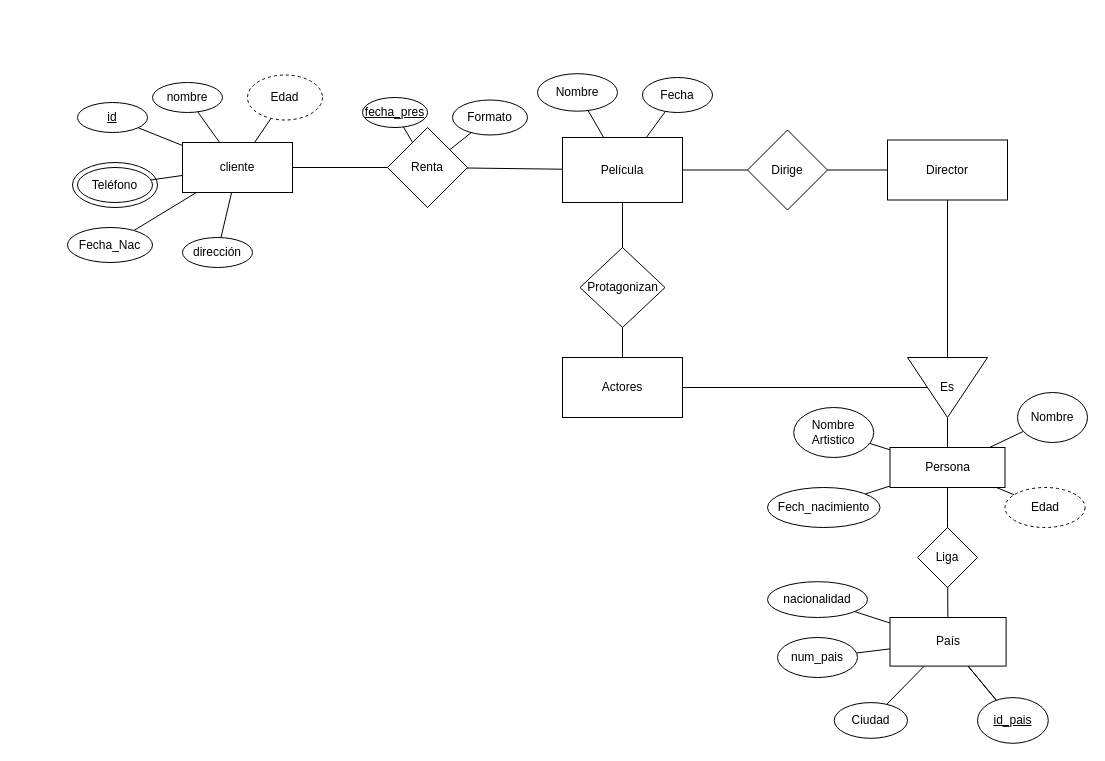
Above: videoStore.drawio in jesalazaro/ER-diagrams (draw.io), before the change. Source tidied: cells renumbered, new cells numbered last; positions are measured from the earlier drawing's top-left corner, leaving out a move shared by most shapes. Both pictures are drawn from the tidied source at 100%, with x=0, y=0 at pixel (67, 73).
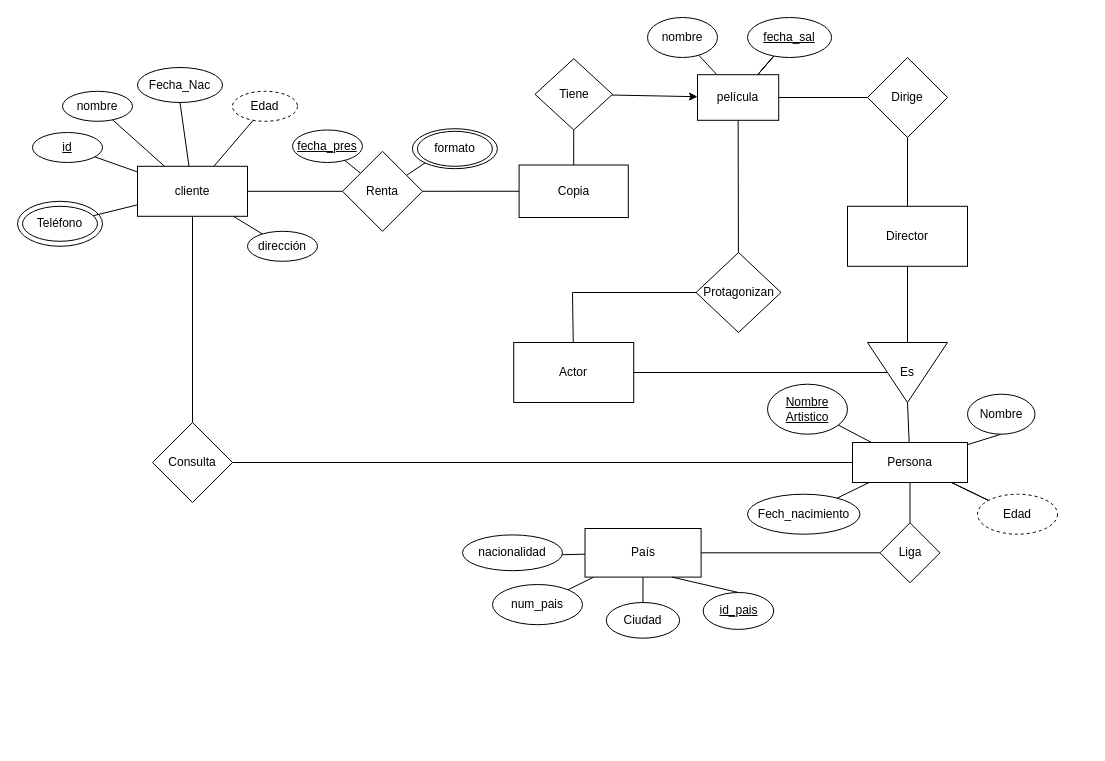
The same page after the edit.

Diff of the diagram source:
```diff
@@
     <mxCell id="2" style="ellipse;whiteSpace=wrap;html=1;rounded=0;" parent="1" vertex="1">
-      <mxGeometry x="5" y="89" width="85" height="45" as="geometry" />
+      <mxGeometry x="-50" y="127.8" width="85" height="45" as="geometry" />
     </mxCell>
@@
-    <mxCell id="5" style="edgeStyle=none;rounded=0;jettySize=auto;html=1;endArrow=none;endFill=0;" parent="1" edge="1" source="8" target="15">
+    <mxCell id="5" style="edgeStyle=none;rounded=0;jettySize=auto;html=1;endArrow=none;endFill=0;entryX=0.5;entryY=1;entryDx=0;entryDy=0;" parent="1" edge="1" source="8" target="15">
       <mxGeometry relative="1" as="geometry" />
     </mxCell>
@@
+    <mxCell id="69" style="edgeStyle=none;rounded=0;jettySize=auto;html=1;startArrow=none;startFill=0;endArrow=none;endFill=0;" parent="1" edge="1" source="8" target="89">
+      <mxGeometry relative="1" as="geometry" />
+    </mxCell>
     <mxCell id="8" value="cliente" style="rounded=0;whiteSpace=wrap;html=1;" parent="1" vertex="1">
-      <mxGeometry x="115" y="69" width="110" height="50" as="geometry" />
+      <mxGeometry x="70" y="92.8" width="110" height="50" as="geometry" />
     </mxCell>
     <mxCell id="9" value="&lt;u&gt;id&lt;/u&gt;" style="ellipse;whiteSpace=wrap;html=1;rounded=0;" parent="1" vertex="1">
-      <mxGeometry x="10" y="29" width="70" height="30" as="geometry" />
+      <mxGeometry x="-35" y="59" width="70" height="30" as="geometry" />
     </mxCell>
@@
     <mxCell id="11" value="nombre&lt;br&gt;" style="ellipse;whiteSpace=wrap;html=1;rounded=0;" parent="1" vertex="1">
-      <mxGeometry x="85" y="9" width="70" height="30" as="geometry" />
+      <mxGeometry x="-5" y="17.8" width="70" height="30" as="geometry" />
     </mxCell>
@@
     <mxCell id="13" value="dirección" style="ellipse;whiteSpace=wrap;html=1;rounded=0;" parent="1" vertex="1">
-      <mxGeometry x="115" y="164" width="70" height="30" as="geometry" />
+      <mxGeometry x="180" y="157.8" width="70" height="30" as="geometry" />
     </mxCell>
     <mxCell id="14" value="Teléfono" style="ellipse;whiteSpace=wrap;html=1;rounded=0;" parent="1" vertex="1">
-      <mxGeometry x="10" y="94" width="75" height="35" as="geometry" />
+      <mxGeometry x="-45" y="132.8" width="75" height="35" as="geometry" />
     </mxCell>
     <mxCell id="15" value="Fecha_Nac" style="ellipse;whiteSpace=wrap;html=1;rounded=0;" parent="1" vertex="1">
-      <mxGeometry y="154" width="85" height="35" as="geometry" />
+      <mxGeometry x="70" y="-6" width="85" height="35" as="geometry" />
     </mxCell>
     <mxCell id="16" value="Edad" style="ellipse;whiteSpace=wrap;html=1;rounded=0;dashed=1;" parent="1" vertex="1">
-      <mxGeometry x="180" y="1.5" width="75" height="45" as="geometry" />
+      <mxGeometry x="165" y="17.8" width="65" height="30" as="geometry" />
     </mxCell>
-    <mxCell id="17" style="edgeStyle=none;rounded=0;jettySize=auto;html=1;endArrow=none;endFill=0;" parent="1" edge="1" source="21" target="28">
-      <mxGeometry relative="1" as="geometry" />
-    </mxCell>
-    <mxCell id="18" style="edgeStyle=none;rounded=0;jettySize=auto;html=1;endArrow=none;endFill=0;" parent="1" edge="1" source="21" target="30">
-      <mxGeometry relative="1" as="geometry" />
-    </mxCell>
-    <mxCell id="19" style="edgeStyle=none;rounded=0;jettySize=auto;html=1;endArrow=none;endFill=0;" parent="1" edge="1" source="21" target="34">
-      <mxGeometry relative="1" as="geometry" />
-    </mxCell>
-    <mxCell id="20" style="edgeStyle=none;rounded=0;jettySize=auto;html=1;endArrow=none;endFill=0;" parent="1" edge="1" source="21" target="36">
-      <mxGeometry relative="1" as="geometry" />
-    </mxCell>
+    <mxCell id="70" style="edgeStyle=none;rounded=0;jettySize=auto;html=1;startArrow=none;startFill=0;endArrow=none;endFill=0;" parent="1" edge="1" source="21" target="81">
+      <mxGeometry relative="1" as="geometry" />
+    </mxCell>
-    <mxCell id="21" value="Película" style="rounded=0;whiteSpace=wrap;html=1;" parent="1" vertex="1">
-      <mxGeometry x="495" y="64" width="120" height="65" as="geometry" />
+    <mxCell id="21" value="Copia" style="rounded=0;whiteSpace=wrap;html=1;" parent="1" vertex="1">
+      <mxGeometry x="451.6" y="91.5" width="109.2" height="52.5" as="geometry" />
     </mxCell>
@@
-    <mxCell id="24" style="edgeStyle=none;rounded=0;jettySize=auto;html=1;endArrow=none;endFill=0;" parent="1" edge="1" source="25" target="27">
-      <mxGeometry relative="1" as="geometry" />
-    </mxCell>
+    <mxCell id="71" style="edgeStyle=none;rounded=0;jettySize=auto;html=1;endArrow=none;endFill=0;" parent="1" edge="1" source="25">
+      <mxGeometry relative="1" as="geometry">
+        <mxPoint x="361.1" y="87.1" as="targetPoint" />
+      </mxGeometry>
+    </mxCell>
     <mxCell id="25" value="Renta" style="rhombus;whiteSpace=wrap;html=1;rounded=0;" parent="1" vertex="1">
-      <mxGeometry x="320" y="54" width="80" height="80" as="geometry" />
+      <mxGeometry x="275" y="77.8" width="80" height="80" as="geometry" />
     </mxCell>
     <mxCell id="26" value="&lt;u&gt;fecha_pres&lt;/u&gt;" style="ellipse;whiteSpace=wrap;html=1;rounded=0;" parent="1" vertex="1">
-      <mxGeometry x="295" y="24" width="65" height="30" as="geometry" />
+      <mxGeometry x="225" y="56.5" width="70" height="32.5" as="geometry" />
     </mxCell>
-    <mxCell id="27" value="Formato" style="ellipse;whiteSpace=wrap;html=1;rounded=0;" parent="1" vertex="1">
-      <mxGeometry x="385" y="26.5" width="75" height="35" as="geometry" />
-    </mxCell>
-    <mxCell id="28" value="Nombre" style="ellipse;whiteSpace=wrap;html=1;rounded=0;" parent="1" vertex="1">
-      <mxGeometry x="470" y="0.2" width="80" height="37.5" as="geometry" />
-    </mxCell>
-    <mxCell id="29" style="edgeStyle=none;rounded=0;jettySize=auto;html=1;endArrow=none;endFill=0;" parent="1" edge="1" source="30" target="32">
-      <mxGeometry relative="1" as="geometry" />
-    </mxCell>
+    <mxCell id="72" style="edgeStyle=none;rounded=0;jettySize=auto;html=1;endArrow=none;endFill=0;" parent="1" edge="1" source="30" target="85">
+      <mxGeometry relative="1" as="geometry" />
+    </mxCell>
     <mxCell id="30" value="Protagonizan" style="rhombus;whiteSpace=wrap;html=1;rounded=0;" parent="1" vertex="1">
-      <mxGeometry x="512.5" y="174" width="85" height="80" as="geometry" />
+      <mxGeometry x="628.5" y="179" width="85" height="80" as="geometry" />
     </mxCell>
@@
+    <mxCell id="73" style="edgeStyle=none;rounded=0;jettySize=auto;html=1;endArrow=none;endFill=0;" parent="1" edge="1" source="32" target="30">
+      <mxGeometry relative="1" as="geometry">
+        <Array as="points">
+          <mxPoint x="505" y="219" />
+        </Array>
+      </mxGeometry>
+    </mxCell>
-    <mxCell id="32" value="Actores" style="whiteSpace=wrap;html=1;rounded=0;" parent="1" vertex="1">
-      <mxGeometry x="495" y="284" width="120" height="60" as="geometry" />
+    <mxCell id="32" value="Actor" style="whiteSpace=wrap;html=1;rounded=0;" parent="1" vertex="1">
+      <mxGeometry x="446.2" y="269" width="120" height="60" as="geometry" />
     </mxCell>
@@
+    <mxCell id="74" style="edgeStyle=none;rounded=0;jettySize=auto;html=1;endArrow=none;endFill=0;" parent="1" edge="1" source="34" target="85">
+      <mxGeometry relative="1" as="geometry" />
+    </mxCell>
     <mxCell id="34" value="Dirige" style="rhombus;whiteSpace=wrap;html=1;rounded=0;" parent="1" vertex="1">
-      <mxGeometry x="680" y="56.5" width="80" height="80" as="geometry" />
+      <mxGeometry x="800" y="-16" width="80" height="80" as="geometry" />
     </mxCell>
     <mxCell id="35" value="Director" style="whiteSpace=wrap;html=1;rounded=0;" parent="1" vertex="1">
-      <mxGeometry x="820" y="66.5" width="120" height="60" as="geometry" />
+      <mxGeometry x="780" y="132.8" width="120" height="60" as="geometry" />
     </mxCell>
-    <mxCell id="36" value="Fecha" style="ellipse;whiteSpace=wrap;html=1;rounded=0;" parent="1" vertex="1">
-      <mxGeometry x="575" y="4" width="70" height="35" as="geometry" />
-    </mxCell>
@@
-    <mxCell id="38" style="edgeStyle=none;rounded=0;jettySize=auto;html=1;endArrow=none;endFill=0;" parent="1" edge="1" source="39" target="44">
+    <mxCell id="38" style="edgeStyle=none;rounded=0;jettySize=auto;html=1;endArrow=none;endFill=0;exitX=1;exitY=0.5;exitDx=0;exitDy=0;" parent="1" edge="1" source="39" target="44">
       <mxGeometry relative="1" as="geometry" />
     </mxCell>
     <mxCell id="39" value="Es" style="triangle;whiteSpace=wrap;html=1;rounded=0;direction=south;horizontal=1;" parent="1" vertex="1">
-      <mxGeometry x="840" y="284" width="80" height="60" as="geometry" />
+      <mxGeometry x="800" y="269" width="80" height="60" as="geometry" />
     </mxCell>
@@
-    <mxCell id="41" style="edgeStyle=none;rounded=0;jettySize=auto;html=1;endArrow=none;endFill=0;" parent="1" edge="1" source="44" target="62">
+    <mxCell id="41" style="edgeStyle=none;rounded=0;jettySize=auto;html=1;endArrow=none;endFill=0;entryX=0.5;entryY=1;entryDx=0;entryDy=0;" parent="1" edge="1" source="44" target="62">
       <mxGeometry relative="1" as="geometry" />
     </mxCell>
@@
+    <mxCell id="75" style="edgeStyle=none;rounded=0;jettySize=auto;html=1;startArrow=none;startFill=0;endArrow=none;endFill=0;" parent="1" edge="1" source="44" target="89">
+      <mxGeometry relative="1" as="geometry" />
+    </mxCell>
+    <mxCell id="76" style="edgeStyle=none;rounded=0;jettySize=auto;html=1;startArrow=none;startFill=0;endArrow=none;endFill=0;" parent="1" edge="1" source="44" target="64">
+      <mxGeometry relative="1" as="geometry" />
+    </mxCell>
     <mxCell id="44" value="Persona" style="whiteSpace=wrap;html=1;rounded=0;" parent="1" vertex="1">
-      <mxGeometry x="822.5" y="374" width="115" height="40" as="geometry" />
+      <mxGeometry x="785" y="369" width="115" height="40" as="geometry" />
     </mxCell>
@@
     <mxCell id="46" value="Liga" style="rhombus;whiteSpace=wrap;html=1;rounded=0;" parent="1" vertex="1">
-      <mxGeometry x="850" y="454" width="60" height="60" as="geometry" />
+      <mxGeometry x="812.5" y="449.3" width="60" height="60" as="geometry" />
     </mxCell>
     <mxCell id="47" style="edgeStyle=none;rounded=0;orthogonalLoop=1;jettySize=auto;html=1;exitX=0.5;exitY=1;exitDx=0;exitDy=0;endArrow=none;endFill=0;" parent="1" edge="1">
       <mxGeometry relative="1" as="geometry">
-        <mxPoint x="961.1" y="649.5" as="sourcePoint" />
-        <mxPoint x="961.1" y="649.5" as="targetPoint" />
+        <mxPoint x="644.1" y="575.4" as="sourcePoint" />
+        <mxPoint x="644.1" y="575.4" as="targetPoint" />
       </mxGeometry>
     </mxCell>
     <mxCell id="48" style="edgeStyle=none;rounded=0;orthogonalLoop=1;jettySize=auto;html=1;exitX=0.5;exitY=1;exitDx=0;exitDy=0;endArrow=none;endFill=0;" parent="1" edge="1">
       <mxGeometry relative="1" as="geometry">
-        <mxPoint x="961.1" y="649.5" as="sourcePoint" />
-        <mxPoint x="961.1" y="649.5" as="targetPoint" />
+        <mxPoint x="644.1" y="575.4" as="sourcePoint" />
+        <mxPoint x="644.1" y="575.4" as="targetPoint" />
       </mxGeometry>
     </mxCell>
     <mxCell id="49" style="edgeStyle=none;rounded=0;orthogonalLoop=1;jettySize=auto;html=1;exitX=0.5;exitY=1;exitDx=0;exitDy=0;endArrow=none;endFill=0;" parent="1" edge="1">
       <mxGeometry relative="1" as="geometry">
-        <mxPoint x="900" y="650.1" as="sourcePoint" />
-        <mxPoint x="900" y="650.1" as="targetPoint" />
+        <mxPoint x="602.4" y="574.9" as="sourcePoint" />
+        <mxPoint x="602.4" y="574.9" as="targetPoint" />
       </mxGeometry>
     </mxCell>
+    <mxCell id="51" style="edgeStyle=none;rounded=0;jettySize=auto;html=1;endArrow=none;endFill=0;" parent="1" edge="1" source="56" target="58">
+      <mxGeometry relative="1" as="geometry" />
+    </mxCell>
+    <mxCell id="55" style="edgeStyle=none;rounded=0;jettySize=auto;html=1;endArrow=none;endFill=0;" parent="1" edge="1" source="56" target="61">
+      <mxGeometry relative="1" as="geometry" />
+    </mxCell>
@@
-    <mxCell id="51" style="edgeStyle=none;rounded=0;jettySize=auto;html=1;endArrow=none;endFill=0;" parent="1" edge="1" source="56" target="58">
-      <mxGeometry relative="1" as="geometry" />
-    </mxCell>
@@
-    <mxCell id="53" style="edgeStyle=none;rounded=0;jettySize=auto;html=1;endArrow=none;endFill=0;" parent="1" edge="1" source="56" target="59">
-      <mxGeometry relative="1" as="geometry" />
-    </mxCell>
-    <mxCell id="54" style="edgeStyle=none;rounded=0;jettySize=auto;html=1;endArrow=none;endFill=0;" parent="1" edge="1" source="56" target="59">
-      <mxGeometry relative="1" as="geometry" />
-    </mxCell>
-    <mxCell id="55" style="edgeStyle=none;rounded=0;jettySize=auto;html=1;endArrow=none;endFill=0;" parent="1" edge="1" source="56" target="61">
-      <mxGeometry relative="1" as="geometry" />
-    </mxCell>
     <mxCell id="56" value="País" style="rounded=0;whiteSpace=wrap;html=1;" parent="1" vertex="1">
-      <mxGeometry x="822.5" y="544" width="116.1" height="48.6" as="geometry" />
+      <mxGeometry x="517.5" y="455" width="116.1" height="48.6" as="geometry" />
     </mxCell>
     <mxCell id="57" value="nacionalidad" style="ellipse;whiteSpace=wrap;html=1;rounded=0;" parent="1" vertex="1">
-      <mxGeometry x="700" y="508.2" width="100" height="35.8" as="geometry" />
+      <mxGeometry x="395" y="461.4" width="100" height="35.8" as="geometry" />
     </mxCell>
     <mxCell id="58" value="num_pais" style="ellipse;whiteSpace=wrap;html=1;rounded=0;" parent="1" vertex="1">
-      <mxGeometry x="710" y="564" width="80" height="40" as="geometry" />
+      <mxGeometry x="425" y="511" width="90" height="40.2" as="geometry" />
     </mxCell>
+    <mxCell id="77" style="edgeStyle=none;rounded=0;jettySize=auto;html=1;exitX=0.5;exitY=0;exitDx=0;exitDy=0;entryX=0.75;entryY=1;entryDx=0;entryDy=0;endArrow=none;endFill=0;" parent="1" edge="1" source="59" target="56">
+      <mxGeometry relative="1" as="geometry" />
+    </mxCell>
     <mxCell id="59" value="&lt;u&gt;id_pais&lt;/u&gt;" style="ellipse;whiteSpace=wrap;html=1;rounded=0;" parent="1" vertex="1">
-      <mxGeometry x="910" y="624.1" width="70.8" height="45.7" as="geometry" />
+      <mxGeometry x="635.7" y="519" width="70.5" height="36.9" as="geometry" />
     </mxCell>
-    <mxCell id="60" style="edgeStyle=none;rounded=0;orthogonalLoop=1;jettySize=auto;html=1;exitX=0.5;exitY=1;exitDx=0;exitDy=0;endArrow=none;endFill=0;" parent="1" edge="1" source="57" target="57">
-      <mxGeometry relative="1" as="geometry" />
+    <mxCell id="60" style="edgeStyle=none;rounded=0;orthogonalLoop=1;jettySize=auto;html=1;exitX=0.5;exitY=1;exitDx=0;exitDy=0;endArrow=none;endFill=0;" parent="1" edge="1">
+      <mxGeometry relative="1" as="geometry">
+        <mxPoint x="476.2" y="480.2" as="sourcePoint" />
+        <mxPoint x="476.2" y="480.2" as="targetPoint" />
+      </mxGeometry>
     </mxCell>
     <mxCell id="61" value="Ciudad" style="ellipse;whiteSpace=wrap;html=1;rounded=0;" parent="1" vertex="1">
-      <mxGeometry x="766.7" y="629.1" width="73.3" height="35.7" as="geometry" />
+      <mxGeometry x="538.8" y="529" width="73.3" height="35.7" as="geometry" />
     </mxCell>
     <mxCell id="62" value="Nombre" style="ellipse;whiteSpace=wrap;html=1;rounded=0;" parent="1" vertex="1">
-      <mxGeometry x="950" y="319" width="70" height="50" as="geometry" />
+      <mxGeometry x="900" y="320.7" width="67.5" height="40" as="geometry" />
     </mxCell>
     <mxCell id="63" value="Fech_nacimiento" style="ellipse;whiteSpace=wrap;html=1;rounded=0;" parent="1" vertex="1">
-      <mxGeometry x="700" y="414" width="112.5" height="40" as="geometry" />
+      <mxGeometry x="680" y="420.7" width="112.5" height="40" as="geometry" />
     </mxCell>
     <mxCell id="64" value="Edad" style="ellipse;whiteSpace=wrap;html=1;rounded=0;dashed=1;" parent="1" vertex="1">
-      <mxGeometry x="937.5" y="414" width="80" height="40" as="geometry" />
+      <mxGeometry x="910" y="420.7" width="80" height="40" as="geometry" />
     </mxCell>
@@
-    <mxCell id="68" value="Nombre Artistico" style="ellipse;whiteSpace=wrap;html=1;rounded=0;" parent="1" vertex="1">
-      <mxGeometry x="726.2" y="334" width="80" height="50" as="geometry" />
+    <mxCell id="68" value="&lt;u&gt;Nombre Artistico&lt;/u&gt;" style="ellipse;whiteSpace=wrap;html=1;rounded=0;" parent="1" vertex="1">
+      <mxGeometry x="700" y="310.7" width="80" height="50" as="geometry" />
     </mxCell>
+    <mxCell id="78" style="ellipse;whiteSpace=wrap;html=1;" parent="1" vertex="1">
+      <mxGeometry x="344.9" y="55.2" width="85" height="40" as="geometry" />
+    </mxCell>
+    <mxCell id="79" value="formato" style="ellipse;whiteSpace=wrap;html=1;rounded=0;" parent="1" vertex="1">
+      <mxGeometry x="349.9" y="57.8" width="75" height="35" as="geometry" />
+    </mxCell>
+    <mxCell id="80" style="edgeStyle=none;rounded=0;jettySize=auto;html=1;endArrow=classic;endFill=1;" parent="1" edge="1" source="81" target="85">
+      <mxGeometry relative="1" as="geometry" />
+    </mxCell>
+    <mxCell id="81" value="Tiene" style="rhombus;whiteSpace=wrap;html=1;rounded=0;" parent="1" vertex="1">
+      <mxGeometry x="467.5" y="-14.8" width="77.5" height="71.2" as="geometry" />
+    </mxCell>
+    <mxCell id="82" style="edgeStyle=none;rounded=0;jettySize=auto;html=1;endArrow=none;endFill=0;" parent="1" edge="1" source="85" target="87">
+      <mxGeometry relative="1" as="geometry" />
+    </mxCell>
+    <mxCell id="83" style="edgeStyle=none;rounded=0;jettySize=auto;html=1;endArrow=none;endFill=0;" parent="1" edge="1" source="85" target="87">
+      <mxGeometry relative="1" as="geometry" />
+    </mxCell>
+    <mxCell id="84" style="edgeStyle=none;rounded=0;jettySize=auto;html=1;endArrow=none;endFill=0;" parent="1" edge="1" source="85" target="88">
+      <mxGeometry relative="1" as="geometry" />
+    </mxCell>
+    <mxCell id="85" value="película" style="whiteSpace=wrap;html=1;rounded=0;" parent="1" vertex="1">
+      <mxGeometry x="630" y="1.2" width="81.2" height="45.6" as="geometry" />
+    </mxCell>
+    <mxCell id="86" style="edgeStyle=none;rounded=0;jettySize=auto;html=1;endArrow=none;endFill=0;" parent="1" edge="1" source="87" target="85">
+      <mxGeometry relative="1" as="geometry" />
+    </mxCell>
+    <mxCell id="87" value="&lt;u&gt;fecha_sal&lt;/u&gt;" style="ellipse;whiteSpace=wrap;html=1;rounded=0;" parent="1" vertex="1">
+      <mxGeometry x="680" y="-56" width="84.1" height="40" as="geometry" />
+    </mxCell>
+    <mxCell id="88" value="nombre" style="ellipse;whiteSpace=wrap;html=1;rounded=0;" parent="1" vertex="1">
+      <mxGeometry x="580" y="-56" width="70" height="40" as="geometry" />
+    </mxCell>
+    <mxCell id="89" value="Consulta" style="rhombus;whiteSpace=wrap;html=1;rounded=0;" parent="1" vertex="1">
+      <mxGeometry x="85" y="349" width="80" height="80" as="geometry" />
+    </mxCell>
```
